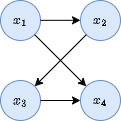
Earlier version of the draw.io export tex/images/draw.io/Simple SCM.png (rorycreedon/msc_thesis). Source tidied: cells renumbered, new cells last; positions are measured from the earlier drawing's top-left corner, leaving out a move shared by most shapes.
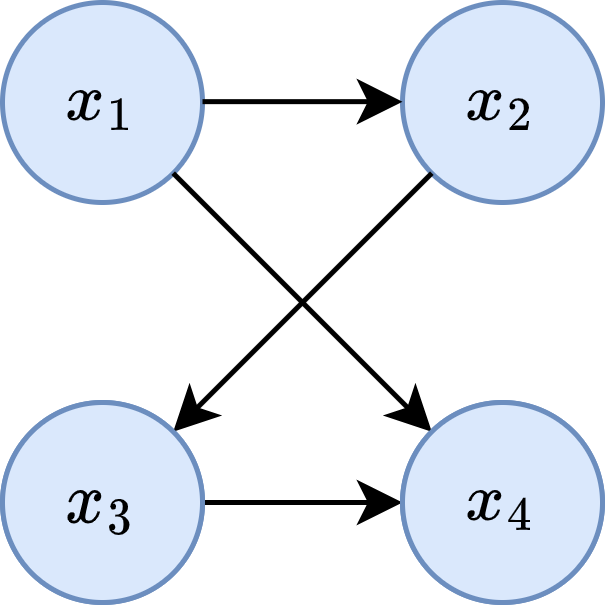
After the commit.

Change to the diagram source:
```diff
@@ -11,9 +11,6 @@
     <mxCell id="4" value="$$x_1$$" style="ellipse;whiteSpace=wrap;html=1;fillColor=#dae8fc;strokeColor=#6c8ebf;" parent="1" vertex="1">
       <mxGeometry width="40" height="40" as="geometry" />
     </mxCell>
-    <mxCell id="5" style="endArrow=classic;html=1;rounded=0;exitX=1;exitY=1;exitDx=0;exitDy=0;entryX=0;entryY=1;entryDx=0;entryDy=0;" parent="1" edge="1" source="4" target="6">
-      <mxGeometry relative="1" as="geometry" />
-    </mxCell>
     <mxCell id="6" value="$$x_4$$" style="ellipse;whiteSpace=wrap;html=1;fillColor=#dae8fc;strokeColor=#6c8ebf;direction=south;" parent="1" vertex="1">
       <mxGeometry x="80" y="80" width="40" height="40" as="geometry" />
     </mxCell>
@@ -23,11 +20,20 @@
     <mxCell id="8" style="endArrow=classic;html=1;rounded=0;exitX=0.5;exitY=0;exitDx=0;exitDy=0;entryX=0.5;entryY=1;entryDx=0;entryDy=0;" parent="1" edge="1" source="3" target="6">
       <mxGeometry relative="1" as="geometry" />
     </mxCell>
-    <mxCell id="9" style="endArrow=classic;html=1;rounded=0;exitX=0.5;exitY=0;exitDx=0;exitDy=0;entryX=0.5;entryY=1;entryDx=0;entryDy=0;" parent="1" edge="1">
-      <mxGeometry relative="1" as="geometry">
-        <mxPoint x="40" y="19.8" as="sourcePoint" />
-        <mxPoint x="80" y="19.8" as="targetPoint" />
-      </mxGeometry>
-    </mxCell>
+    <mxCell id="10" style="endArrow=classic;html=1;rounded=0;exitX=0.5;exitY=0;exitDx=0;exitDy=0;entryX=0.5;entryY=1;entryDx=0;entryDy=0;" parent="1" edge="1">
+      <mxGeometry relative="1" as="geometry">
+        <mxPoint x="40" y="19.8" as="sourcePoint" />
+        <mxPoint x="80" y="19.8" as="targetPoint" />
+      </mxGeometry>
+    </mxCell>
+    <mxCell id="5" style="endArrow=classic;html=1;rounded=0;exitX=1;exitY=1;exitDx=0;exitDy=0;entryX=0;entryY=1;entryDx=0;entryDy=0;" parent="1" edge="1" source="4" target="6">
+      <mxGeometry relative="1" as="geometry" />
+    </mxCell>
+    <mxCell id="11" value="$$x_3$$" style="ellipse;whiteSpace=wrap;html=1;fillColor=#dae8fc;strokeColor=#6c8ebf;direction=south;" parent="1" vertex="1">
+      <mxGeometry y="80" width="40" height="40" as="geometry" />
+    </mxCell>
+    <mxCell id="12" value="$$x_4$$" style="ellipse;whiteSpace=wrap;html=1;fillColor=#dae8fc;strokeColor=#6c8ebf;direction=south;" parent="1" vertex="1">
+      <mxGeometry x="80" y="80" width="40" height="40" as="geometry" />
+    </mxCell>
   </root>
 </mxGraphModel>
```
